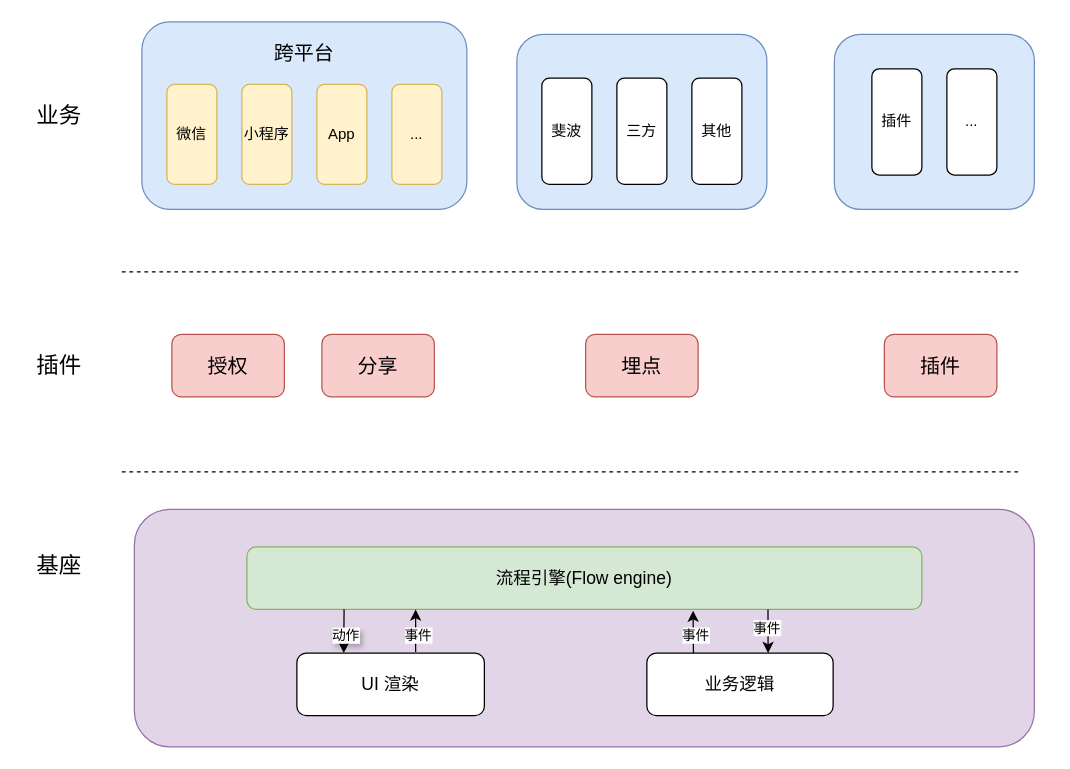
Earlier version of the draw.io diagram 未命名绘图.drawio (xjq7/sm). Source tidied: cells renumbered, new cells numbered last; positions are measured from the earlier drawing's top-left corner, leaving out a move shared by most shapes. Both pictures are drawn from the tidied source at 125%, with x=0, y=0 at pixel (21, 21).
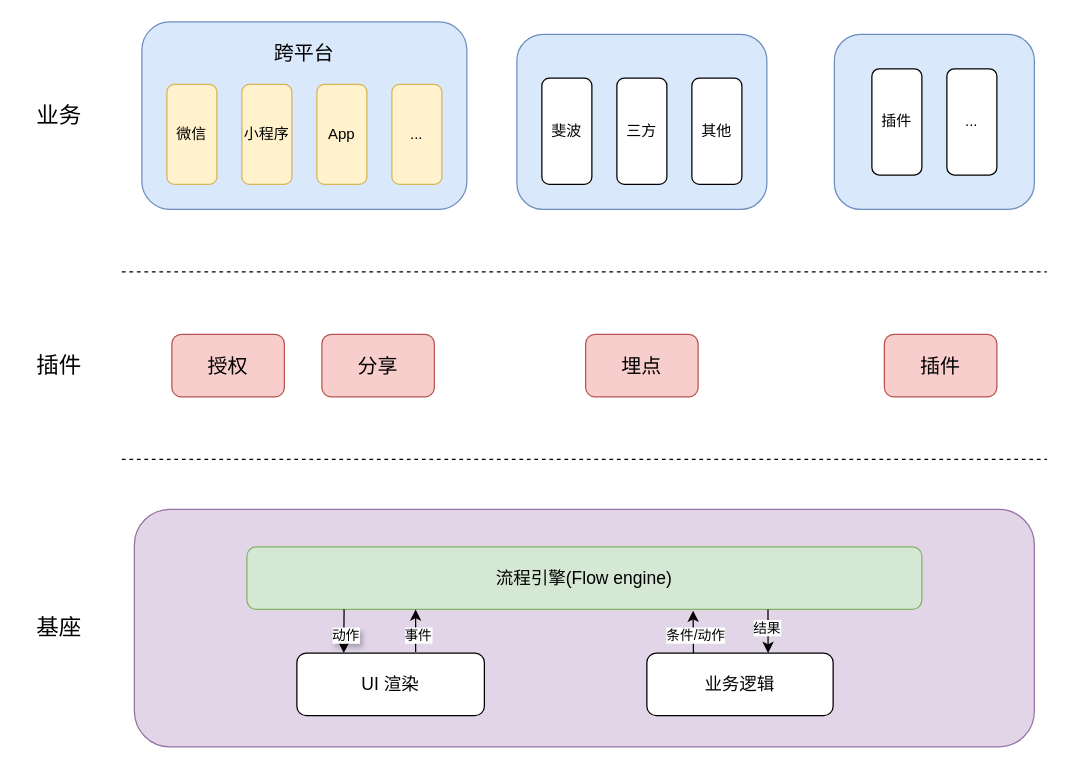
The same diagram, later.

Commit message:
渲染引擎业务架构.drawio

Unchanged cells that the change refers to:
```xml
<mxCell id="34" style="endArrow=classic;html=1;rounded=0;entryX=0.661;entryY=1.02;entryDx=0;entryDy=0;entryPerimeter=0;exitX=0.25;exitY=0;exitDx=0;exitDy=0;" parent="1" edge="1" source="29" target="27">
  <mxGeometry relative="1" as="geometry" />
</mxCell>
<mxCell id="36" style="endArrow=classic;html=1;rounded=0;exitX=0.772;exitY=1;exitDx=0;exitDy=0;exitPerimeter=0;entryX=0.651;entryY=0;entryDx=0;entryDy=0;entryPerimeter=0;" parent="1" edge="1" source="27" target="29">
  <mxGeometry relative="1" as="geometry" />
</mxCell>
```

The edit, as a diff of the source:
```diff
@@
     <mxCell id="2" style="endArrow=none;dashed=1;html=1;rounded=0;" parent="1" edge="1">
       <mxGeometry relative="1" as="geometry">
         <mxPoint x="80" y="200" as="sourcePoint" />
-        <mxPoint x="800" y="200" as="targetPoint" />
+        <mxPoint x="820" y="200" as="targetPoint" />
       </mxGeometry>
     </mxCell>
@@
     <mxCell id="24" style="endArrow=none;dashed=1;html=1;rounded=0;" parent="1" edge="1">
       <mxGeometry relative="1" as="geometry">
-        <mxPoint x="80" y="360" as="sourcePoint" />
-        <mxPoint x="800" y="360" as="targetPoint" />
+        <mxPoint x="80" y="350" as="sourcePoint" />
+        <mxPoint x="820" y="350" as="targetPoint" />
         <Array as="points">
-          <mxPoint x="260" y="360" />
-          <mxPoint x="440" y="360" />
+          <mxPoint x="260" y="350" />
+          <mxPoint x="440" y="350" />
         </Array>
       </mxGeometry>
     </mxCell>
     <mxCell id="25" value="基座" style="text;html=1;align=center;verticalAlign=middle;whiteSpace=wrap;rounded=0;fontSize=18;" parent="1" vertex="1">
-      <mxGeometry y="420" width="60" height="30" as="geometry" />
+      <mxGeometry y="470" width="60" height="30" as="geometry" />
     </mxCell>
@@
-    <mxCell id="35" value="事件" style="edgeLabel;html=1;align=center;verticalAlign=middle;" parent="34" vertex="1">
+    <mxCell id="35" value="条件/动作" style="edgeLabel;html=1;align=center;verticalAlign=middle;" parent="34" vertex="1">
       <mxGeometry x="-0.18" y="-1" relative="1" as="geometry" />
     </mxCell>
@@
-    <mxCell id="37" value="事件" style="edgeLabel;html=1;align=center;verticalAlign=middle;" parent="36" vertex="1">
+    <mxCell id="37" value="结果" style="edgeLabel;html=1;align=center;verticalAlign=middle;" parent="36" vertex="1">
       <mxGeometry x="-0.18" y="-1" relative="1" as="geometry" />
     </mxCell>
```
